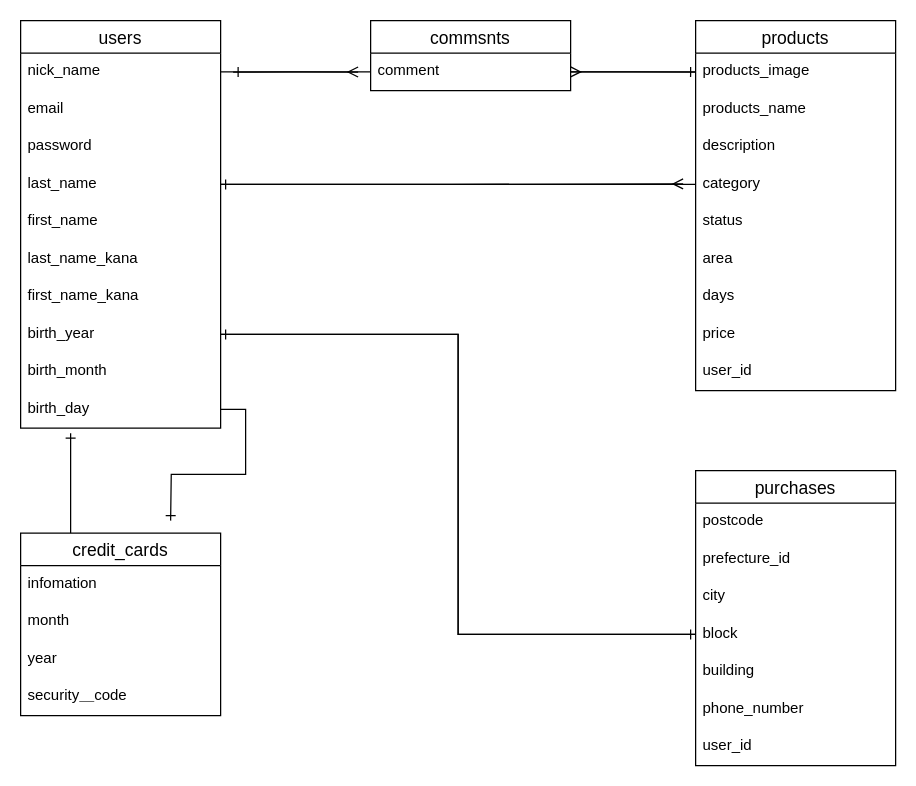
The draw.io diagram page "ページ1" (1 of 2) of db.dio in rent614/furima-34775, before the edit. Source tidied: cells renumbered, new cells numbered last; positions are measured from the earlier drawing's top-left corner, leaving out a move shared by most shapes. Both pictures are drawn from the tidied source at 125%, with x=0, y=0 at pixel (20, 20).
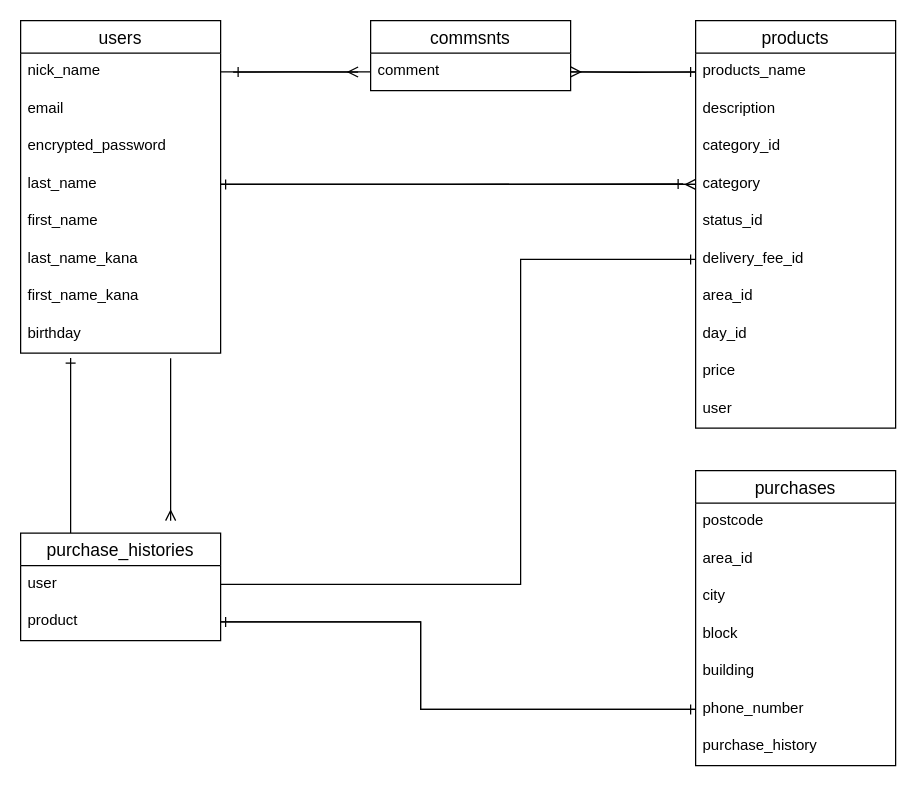
The same diagram, later.

Unchanged cells that the change refers to:
```xml
<mxCell id="6" value="last_name" style="text;strokeColor=none;fillColor=none;spacingLeft=4;spacingRight=4;overflow=hidden;points=[[0,0.5],[1,0.5]];portConstraint=eastwest;fontSize=12;" parent="2" vertex="1">
  <mxGeometry y="116" width="160" height="30" as="geometry" />
</mxCell>
<mxCell id="24" value="comment" style="text;strokeColor=none;fillColor=none;spacingLeft=4;spacingRight=4;overflow=hidden;points=[[0,0.5],[1,0.5]];portConstraint=eastwest;fontSize=12;" parent="23" vertex="1">
  <mxGeometry y="26" width="160" height="30" as="geometry" />
</mxCell>
<mxCell id="25" value="purchases" style="swimlane;fontStyle=0;horizontal=1;startSize=26;align=center;fontSize=14;" parent="1" vertex="1">
  <mxGeometry x="540" y="360" width="160" height="236" as="geometry" />
</mxCell>
<mxCell id="29" value="block" style="text;strokeColor=none;fillColor=none;spacingLeft=4;spacingRight=4;overflow=hidden;points=[[0,0.5],[1,0.5]];portConstraint=eastwest;fontSize=12;" parent="25" vertex="1">
  <mxGeometry y="116" width="160" height="30" as="geometry" />
</mxCell>
<mxCell id="31" value="phone_number" style="text;strokeColor=none;fillColor=none;spacingLeft=4;spacingRight=4;overflow=hidden;points=[[0,0.5],[1,0.5]];portConstraint=eastwest;fontSize=12;" parent="25" vertex="1">
  <mxGeometry y="176" width="160" height="30" as="geometry" />
</mxCell>
```

Diff of the diagram source:
```diff
@@
     <mxCell id="2" value="users" style="swimlane;fontStyle=0;horizontal=1;startSize=26;align=center;fontSize=14;" parent="1" vertex="1">
-      <mxGeometry width="160" height="326" as="geometry" />
+      <mxGeometry width="160" height="266" as="geometry" />
     </mxCell>
@@
-    <mxCell id="5" value="password" style="text;strokeColor=none;fillColor=none;spacingLeft=4;spacingRight=4;overflow=hidden;fontSize=12;" parent="2" vertex="1">
+    <mxCell id="5" value="encrypted_password" style="text;strokeColor=none;fillColor=none;spacingLeft=4;spacingRight=4;overflow=hidden;fontSize=12;" parent="2" vertex="1">
       <mxGeometry y="86" width="160" height="30" as="geometry" />
     </mxCell>
@@
-    <mxCell id="10" value="birth_year" style="text;strokeColor=none;fillColor=none;spacingLeft=4;spacingRight=4;overflow=hidden;points=[[0,0.5],[1,0.5]];portConstraint=eastwest;fontSize=12;" parent="2" vertex="1">
+    <mxCell id="10" value="birthday" style="text;strokeColor=none;fillColor=none;spacingLeft=4;spacingRight=4;overflow=hidden;points=[[0,0.5],[1,0.5]];portConstraint=eastwest;fontSize=12;" parent="2" vertex="1">
       <mxGeometry y="236" width="160" height="30" as="geometry" />
     </mxCell>
-    <mxCell id="11" value="birth_month" style="text;strokeColor=none;fillColor=none;spacingLeft=4;spacingRight=4;overflow=hidden;fontSize=12;" parent="2" vertex="1">
-      <mxGeometry y="266" width="160" height="30" as="geometry" />
-    </mxCell>
-    <mxCell id="12" value="birth_day" style="text;strokeColor=none;fillColor=none;spacingLeft=4;spacingRight=4;overflow=hidden;points=[[0,0.5],[1,0.5]];portConstraint=eastwest;fontSize=12;" parent="2" vertex="1">
-      <mxGeometry y="296" width="160" height="30" as="geometry" />
-    </mxCell>
     <mxCell id="13" value="products" style="swimlane;fontStyle=0;horizontal=1;startSize=26;align=center;fontSize=14;" parent="1" vertex="1">
-      <mxGeometry x="540" width="160" height="296" as="geometry" />
+      <mxGeometry x="540" width="160" height="326" as="geometry" />
     </mxCell>
-    <mxCell id="14" value="products_image" style="text;strokeColor=none;fillColor=none;spacingLeft=4;spacingRight=4;overflow=hidden;points=[[0,0.5],[1,0.5]];portConstraint=eastwest;fontSize=12;" parent="13" vertex="1">
-      <mxGeometry y="26" width="160" height="30" as="geometry" />
-    </mxCell>
     <mxCell id="15" value="products_name" style="text;strokeColor=none;fillColor=none;spacingLeft=4;spacingRight=4;overflow=hidden;fontSize=12;" parent="13" vertex="1">
-      <mxGeometry y="56" width="160" height="30" as="geometry" />
+      <mxGeometry y="26" width="160" height="30" as="geometry" />
     </mxCell>
     <mxCell id="16" value="description" style="text;strokeColor=none;fillColor=none;spacingLeft=4;spacingRight=4;overflow=hidden;fontSize=12;" parent="13" vertex="1">
-      <mxGeometry y="86" width="160" height="30" as="geometry" />
+      <mxGeometry y="56" width="160" height="30" as="geometry" />
     </mxCell>
-    <mxCell id="17" value="category" style="text;strokeColor=none;fillColor=none;spacingLeft=4;spacingRight=4;overflow=hidden;points=[[0,0.5],[1,0.5]];portConstraint=eastwest;fontSize=12;" parent="13" vertex="1">
-      <mxGeometry y="116" width="160" height="30" as="geometry" />
+    <mxCell id="17" value="category_id" style="text;strokeColor=none;fillColor=none;spacingLeft=4;spacingRight=4;overflow=hidden;points=[[0,0.5],[1,0.5]];portConstraint=eastwest;fontSize=12;" parent="13" vertex="1">
+      <mxGeometry y="86" width="160" height="30" as="geometry" />
     </mxCell>
+    <mxCell id="48" value="category" style="text;strokeColor=none;fillColor=none;spacingLeft=4;spacingRight=4;overflow=hidden;points=[[0,0.5],[1,0.5]];portConstraint=eastwest;fontSize=12;" parent="13" vertex="1">
+      <mxGeometry y="116" width="160" height="30" as="geometry" />
+    </mxCell>
-    <mxCell id="18" value="status" style="text;strokeColor=none;fillColor=none;spacingLeft=4;spacingRight=4;overflow=hidden;fontSize=12;" parent="13" vertex="1">
+    <mxCell id="18" value="status_id" style="text;strokeColor=none;fillColor=none;spacingLeft=4;spacingRight=4;overflow=hidden;fontSize=12;" parent="13" vertex="1">
       <mxGeometry y="146" width="160" height="30" as="geometry" />
     </mxCell>
+    <mxCell id="49" value="delivery_fee_id" style="text;strokeColor=none;fillColor=none;spacingLeft=4;spacingRight=4;overflow=hidden;points=[[0,0.5],[1,0.5]];portConstraint=eastwest;fontSize=12;" parent="13" vertex="1">
+      <mxGeometry y="176" width="160" height="30" as="geometry" />
+    </mxCell>
-    <mxCell id="19" value="area" style="text;strokeColor=none;fillColor=none;spacingLeft=4;spacingRight=4;overflow=hidden;fontSize=12;" parent="13" vertex="1">
-      <mxGeometry y="176" width="160" height="30" as="geometry" />
+    <mxCell id="19" value="area_id" style="text;strokeColor=none;fillColor=none;spacingLeft=4;spacingRight=4;overflow=hidden;fontSize=12;" parent="13" vertex="1">
+      <mxGeometry y="206" width="160" height="30" as="geometry" />
     </mxCell>
-    <mxCell id="20" value="days" style="text;strokeColor=none;fillColor=none;spacingLeft=4;spacingRight=4;overflow=hidden;fontSize=12;" parent="13" vertex="1">
-      <mxGeometry y="206" width="160" height="30" as="geometry" />
+    <mxCell id="20" value="day_id" style="text;strokeColor=none;fillColor=none;spacingLeft=4;spacingRight=4;overflow=hidden;fontSize=12;" parent="13" vertex="1">
+      <mxGeometry y="236" width="160" height="30" as="geometry" />
     </mxCell>
     <mxCell id="21" value="price" style="text;strokeColor=none;fillColor=none;spacingLeft=4;spacingRight=4;overflow=hidden;fontSize=12;" parent="13" vertex="1">
-      <mxGeometry y="236" width="160" height="30" as="geometry" />
+      <mxGeometry y="266" width="160" height="30" as="geometry" />
     </mxCell>
-    <mxCell id="22" value="user_id" style="text;strokeColor=none;fillColor=none;spacingLeft=4;spacingRight=4;overflow=hidden;fontSize=12;" parent="13" vertex="1">
-      <mxGeometry y="266" width="160" height="30" as="geometry" />
+    <mxCell id="22" value="user" style="text;strokeColor=none;fillColor=none;spacingLeft=4;spacingRight=4;overflow=hidden;fontSize=12;" parent="13" vertex="1">
+      <mxGeometry y="296" width="160" height="30" as="geometry" />
     </mxCell>
@@
-    <mxCell id="27" value="prefecture_id" style="text;strokeColor=none;fillColor=none;spacingLeft=4;spacingRight=4;overflow=hidden;fontSize=12;" parent="25" vertex="1">
+    <mxCell id="27" value="area_id" style="text;strokeColor=none;fillColor=none;spacingLeft=4;spacingRight=4;overflow=hidden;fontSize=12;" parent="25" vertex="1">
       <mxGeometry y="56" width="160" height="30" as="geometry" />
     </mxCell>
@@
-    <mxCell id="32" value="user_id" style="text;strokeColor=none;fillColor=none;spacingLeft=4;spacingRight=4;overflow=hidden;fontSize=12;" parent="25" vertex="1">
+    <mxCell id="32" value="purchase_history" style="text;strokeColor=none;fillColor=none;spacingLeft=4;spacingRight=4;overflow=hidden;fontSize=12;" parent="25" vertex="1">
       <mxGeometry y="206" width="160" height="30" as="geometry" />
     </mxCell>
-    <mxCell id="33" style="edgeStyle=orthogonalEdgeStyle;rounded=0;jettySize=auto;html=1;exitX=0.25;exitY=0;exitDx=0;exitDy=0;endArrow=ERone;endFill=0;" parent="1" edge="1" source="34">
+    <mxCell id="33" style="edgeStyle=orthogonalEdgeStyle;rounded=0;jettySize=auto;html=1;exitX=0.25;exitY=0;exitDx=0;exitDy=0;endArrow=ERone;endFill=0;entryX=0.25;entryY=1.133;entryDx=0;entryDy=0;entryPerimeter=0;" parent="1" edge="1" source="34" target="10">
       <mxGeometry relative="1" as="geometry">
-        <mxPoint x="40" y="330" as="targetPoint" />
+        <Array as="points">
+          <mxPoint x="40" y="310" />
+          <mxPoint x="40" y="310" />
+        </Array>
       </mxGeometry>
     </mxCell>
-    <mxCell id="34" value="credit_cards" style="swimlane;fontStyle=0;horizontal=1;startSize=26;align=center;fontSize=14;" parent="1" vertex="1">
-      <mxGeometry y="410" width="160" height="146" as="geometry" />
+    <mxCell id="34" value="purchase_histories" style="swimlane;fontStyle=0;horizontal=1;startSize=26;align=center;fontSize=14;" parent="1" vertex="1">
+      <mxGeometry y="410" width="160" height="86" as="geometry" />
     </mxCell>
-    <mxCell id="35" value="infomation" style="text;strokeColor=none;fillColor=none;spacingLeft=4;spacingRight=4;overflow=hidden;fontSize=12;" parent="34" vertex="1">
-      <mxGeometry y="26" width="160" height="30" as="geometry" />
-    </mxCell>
-    <mxCell id="36" value="month" style="text;strokeColor=none;fillColor=none;spacingLeft=4;spacingRight=4;overflow=hidden;fontSize=12;" parent="34" vertex="1">
-      <mxGeometry y="56" width="160" height="30" as="geometry" />
-    </mxCell>
-    <mxCell id="37" value="year" style="text;strokeColor=none;fillColor=none;spacingLeft=4;spacingRight=4;overflow=hidden;fontSize=12;" parent="34" vertex="1">
-      <mxGeometry y="86" width="160" height="30" as="geometry" />
-    </mxCell>
-    <mxCell id="38" value="security＿code " style="text;strokeColor=none;fillColor=none;spacingLeft=4;spacingRight=4;overflow=hidden;points=[[0,0.5],[1,0.5]];portConstraint=eastwest;fontSize=12;" parent="34" vertex="1">
-      <mxGeometry y="116" width="160" height="30" as="geometry" />
+    <mxCell id="38" value="user" style="text;strokeColor=none;fillColor=none;spacingLeft=4;spacingRight=4;overflow=hidden;points=[[0,0.5],[1,0.5]];portConstraint=eastwest;fontSize=12;" parent="34" vertex="1">
+      <mxGeometry y="26" width="160" height="30" as="geometry" />
     </mxCell>
+    <mxCell id="50" value="product" style="text;strokeColor=none;fillColor=none;spacingLeft=4;spacingRight=4;overflow=hidden;points=[[0,0.5],[1,0.5]];portConstraint=eastwest;fontSize=12;" parent="34" vertex="1">
+      <mxGeometry y="56" width="160" height="30" as="geometry" />
+    </mxCell>
@@
-    <mxCell id="40" style="edgeStyle=orthogonalEdgeStyle;rounded=0;jettySize=auto;html=1;exitX=1;exitY=0.5;exitDx=0;exitDy=0;endArrow=ERone;endFill=0;" parent="1" edge="1" source="12">
+    <mxCell id="40" style="edgeStyle=orthogonalEdgeStyle;rounded=0;orthogonalLoop=1;jettySize=auto;html=1;endArrow=ERmany;endFill=0;" parent="1" edge="1">
       <mxGeometry relative="1" as="geometry">
+        <mxPoint x="120" y="270" as="sourcePoint" />
         <mxPoint x="120" y="400" as="targetPoint" />
       </mxGeometry>
     </mxCell>
-    <mxCell id="41" style="edgeStyle=orthogonalEdgeStyle;rounded=0;jettySize=auto;html=1;exitX=1;exitY=0.5;exitDx=0;exitDy=0;endArrow=ERmany;endFill=0;" parent="1" edge="1" source="6">
+    <mxCell id="41" style="edgeStyle=orthogonalEdgeStyle;rounded=0;jettySize=auto;html=1;exitX=1;exitY=0.5;exitDx=0;exitDy=0;endArrow=ERone;endFill=0;" parent="1" edge="1" source="6">
       <mxGeometry relative="1" as="geometry">
         <mxPoint x="530" y="130.6" as="targetPoint" />
       </mxGeometry>
     </mxCell>
@@
-    <mxCell id="43" style="edgeStyle=orthogonalEdgeStyle;rounded=0;jettySize=auto;html=1;exitX=1;exitY=0.5;exitDx=0;exitDy=0;entryX=0;entryY=0.5;entryDx=0;entryDy=0;endArrow=ERone;endFill=0;" parent="1" edge="1" source="10" target="29">
-      <mxGeometry relative="1" as="geometry" />
-    </mxCell>
-    <mxCell id="44" style="edgeStyle=orthogonalEdgeStyle;rounded=0;jettySize=auto;html=1;exitX=0;exitY=0.5;exitDx=0;exitDy=0;entryX=1;entryY=0.5;entryDx=0;entryDy=0;endArrow=ERmany;endFill=0;" parent="1" edge="1" source="14" target="24">
-      <mxGeometry relative="1" as="geometry" />
+    <mxCell id="44" style="edgeStyle=orthogonalEdgeStyle;rounded=0;jettySize=auto;html=1;exitX=0;exitY=0.5;exitDx=0;exitDy=0;entryX=1;entryY=0.5;entryDx=0;entryDy=0;endArrow=ERmany;endFill=0;" parent="1" edge="1" target="24">
+      <mxGeometry relative="1" as="geometry">
+        <mxPoint x="540" y="41" as="sourcePoint" />
+      </mxGeometry>
     </mxCell>
@@
-    <mxCell id="46" style="edgeStyle=orthogonalEdgeStyle;rounded=0;jettySize=auto;html=1;exitX=0;exitY=0.5;exitDx=0;exitDy=0;entryX=1;entryY=0.5;entryDx=0;entryDy=0;endArrow=ERone;endFill=0;" parent="1" edge="1" source="29" target="10">
-      <mxGeometry relative="1" as="geometry" />
-    </mxCell>
-    <mxCell id="47" style="edgeStyle=orthogonalEdgeStyle;rounded=0;jettySize=auto;html=1;exitX=0;exitY=0.5;exitDx=0;exitDy=0;entryX=1;entryY=0.5;entryDx=0;entryDy=0;endArrow=ERone;endFill=0;" parent="1" edge="1" source="17" target="6">
-      <mxGeometry relative="1" as="geometry" />
-    </mxCell>
+    <mxCell id="51" style="edgeStyle=orthogonalEdgeStyle;rounded=0;jettySize=auto;html=1;entryX=0;entryY=0.5;entryDx=0;entryDy=0;endArrow=ERone;endFill=0;" parent="1" edge="1" source="38" target="49">
+      <mxGeometry relative="1" as="geometry">
+        <Array as="points">
+          <mxPoint x="400" y="451" />
+          <mxPoint x="400" y="191" />
+        </Array>
+      </mxGeometry>
+    </mxCell>
+    <mxCell id="52" style="edgeStyle=orthogonalEdgeStyle;rounded=0;jettySize=auto;html=1;exitX=0;exitY=0.5;exitDx=0;exitDy=0;entryX=1;entryY=0.5;entryDx=0;entryDy=0;endArrow=ERone;endFill=0;" parent="1" edge="1" source="48" target="6">
+      <mxGeometry relative="1" as="geometry" />
+    </mxCell>
+    <mxCell id="53" style="edgeStyle=orthogonalEdgeStyle;rounded=0;jettySize=auto;html=1;exitX=1;exitY=0.5;exitDx=0;exitDy=0;entryX=0;entryY=0.5;entryDx=0;entryDy=0;endArrow=ERmany;endFill=0;" parent="1" edge="1" source="6" target="48">
+      <mxGeometry relative="1" as="geometry" />
+    </mxCell>
+    <mxCell id="54" style="edgeStyle=orthogonalEdgeStyle;rounded=0;jettySize=auto;html=1;exitX=0;exitY=0.5;exitDx=0;exitDy=0;entryX=1;entryY=0.5;entryDx=0;entryDy=0;startArrow=none;startFill=0;endArrow=ERone;endFill=0;" parent="1" edge="1" source="31" target="50">
+      <mxGeometry relative="1" as="geometry">
+        <Array as="points">
+          <mxPoint x="320" y="551" />
+          <mxPoint x="320" y="481" />
+        </Array>
+      </mxGeometry>
+    </mxCell>
+    <mxCell id="55" style="edgeStyle=orthogonalEdgeStyle;rounded=0;jettySize=auto;html=1;exitX=1;exitY=0.5;exitDx=0;exitDy=0;entryX=0;entryY=0.5;entryDx=0;entryDy=0;startArrow=none;startFill=0;endArrow=ERone;endFill=0;" parent="1" edge="1" source="50" target="31">
+      <mxGeometry relative="1" as="geometry">
+        <Array as="points">
+          <mxPoint x="320" y="481" />
+          <mxPoint x="320" y="551" />
+        </Array>
+      </mxGeometry>
+    </mxCell>
```
